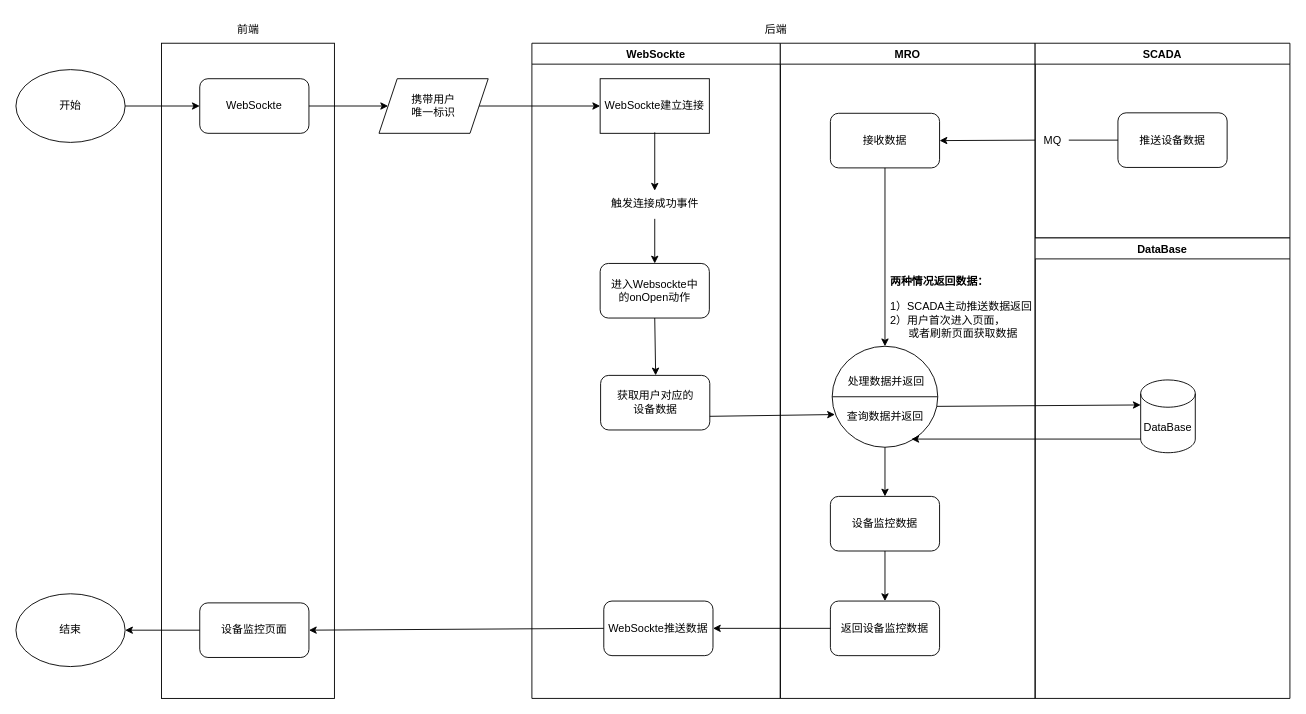
Earlier version of the draw.io diagram page "第 2 页" (2 of 2) of 设备监控流程.drawio (KNAI-I/test). Source tidied: cells renumbered, new cells numbered last; positions are measured from the earlier drawing's top-left corner, leaving out a move shared by most shapes. Both pictures are drawn from the tidied source at 91%, with x=0, y=0 at pixel (15, 15).
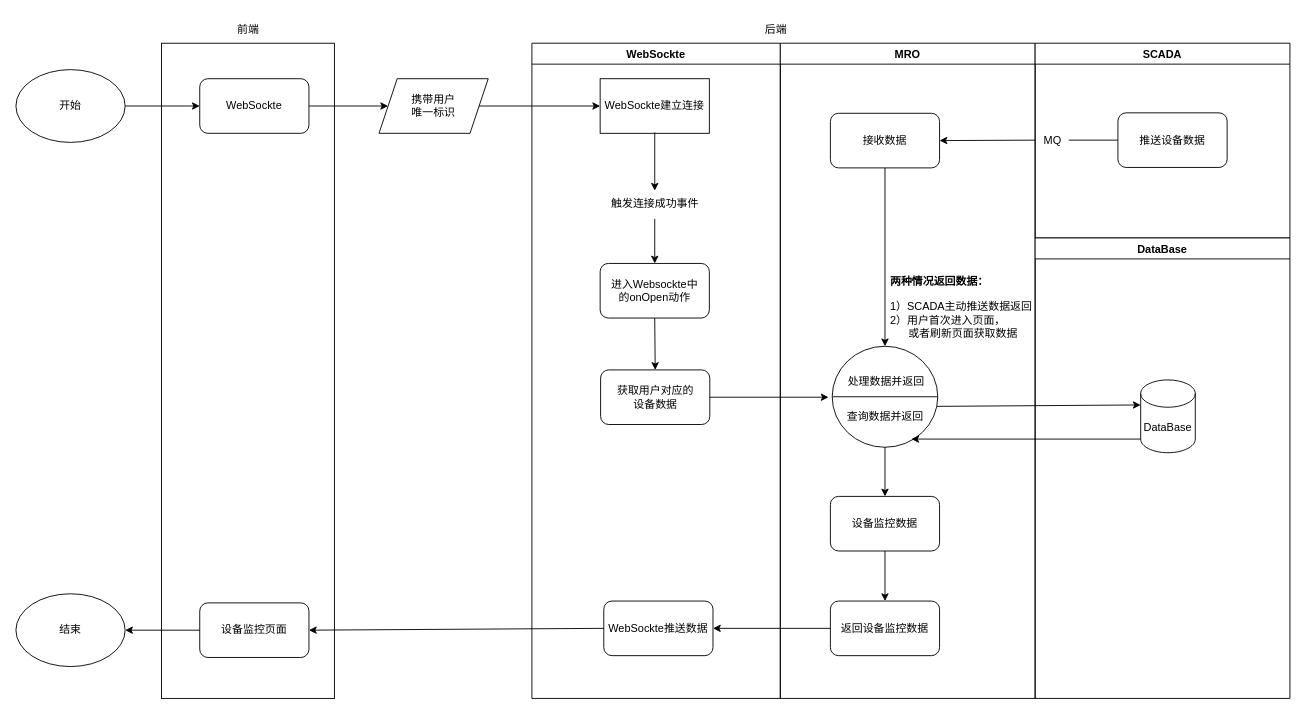
The same diagram, later.

Commit message:
更新设备监控流程.drawio

The change refers to these unchanged cells:
```xml
<mxCell id="18" value="WebSockte" style="swimlane;" parent="1" vertex="1">
  <mxGeometry x="567" y="30" width="273" height="720" as="geometry" />
</mxCell>
<mxCell id="19" value="进入Websockte中&lt;br&gt;的onOpen&lt;span style=&quot;background-color: initial; text-align: start;&quot;&gt;动作&lt;/span&gt;" style="rounded=1;whiteSpace=wrap;html=1;" parent="18" vertex="1">
  <mxGeometry x="75" y="242" width="120" height="60" as="geometry" />
</mxCell>
<mxCell id="28" style="shape=lineEllipse;perimeter=ellipsePerimeter;whiteSpace=wrap;html=1;backgroundOutline=1;" parent="22" vertex="1">
  <mxGeometry x="57" y="333" width="116" height="111" as="geometry" />
</mxCell>
```

Change to the diagram source:
```diff
@@
     <mxCell id="20" value="获取用户对应的&lt;br&gt;设备数据" style="rounded=1;whiteSpace=wrap;html=1;" parent="18" vertex="1">
-      <mxGeometry x="75.5" y="365" width="120" height="60" as="geometry" />
+      <mxGeometry x="75.5" y="359" width="120" height="60" as="geometry" />
     </mxCell>
-    <mxCell id="21" style="endArrow=classic;html=1;rounded=0;exitX=0.5;exitY=1;exitDx=0;exitDy=0;" parent="18" edge="1" source="19">
-      <mxGeometry relative="1" as="geometry">
-        <mxPoint x="136" y="365" as="targetPoint" />
-      </mxGeometry>
+    <mxCell id="21" style="endArrow=classic;html=1;rounded=0;exitX=0.5;exitY=1;exitDx=0;exitDy=0;entryX=0.5;entryY=0;entryDx=0;entryDy=0;" parent="18" edge="1" source="19" target="20">
+      <mxGeometry relative="1" as="geometry" />
     </mxCell>
@@
-    <mxCell id="45" style="endArrow=classic;html=1;rounded=0;entryX=0.026;entryY=0.676;entryDx=0;entryDy=0;entryPerimeter=0;exitX=1;exitY=0.75;exitDx=0;exitDy=0;" parent="1" edge="1" source="20" target="28">
-      <mxGeometry relative="1" as="geometry" />
+    <mxCell id="45" style="endArrow=classic;html=1;rounded=0;exitX=1;exitY=0.5;exitDx=0;exitDy=0;exitPerimeter=0;" parent="1" edge="1" source="20">
+      <mxGeometry relative="1" as="geometry">
+        <mxPoint x="893" y="419" as="targetPoint" />
+      </mxGeometry>
     </mxCell>
```
